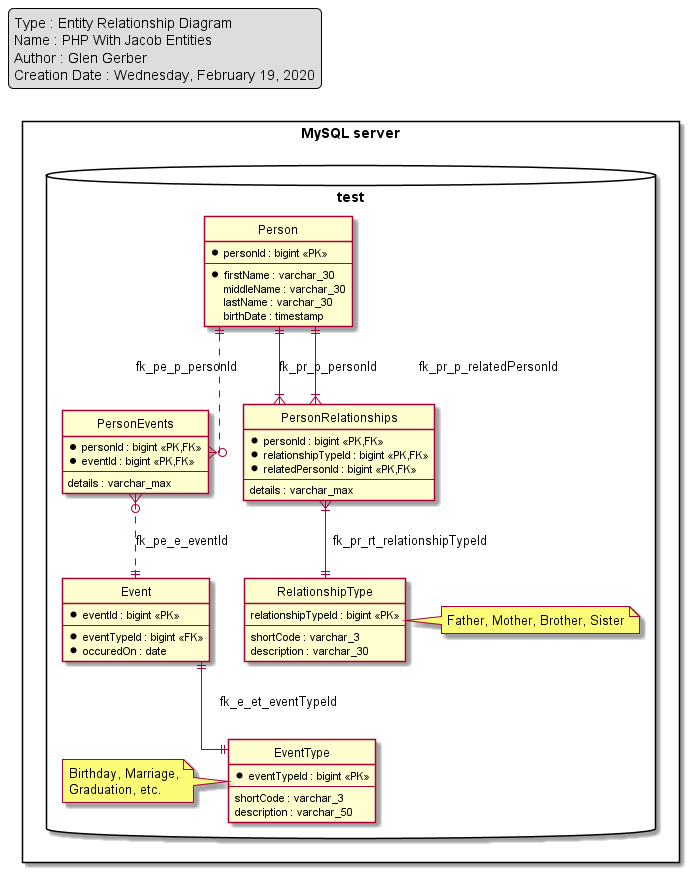
Before: docs/img/application.erd.png, a diagram exported from PlantUML (gerbil1008/php-with-jacob).
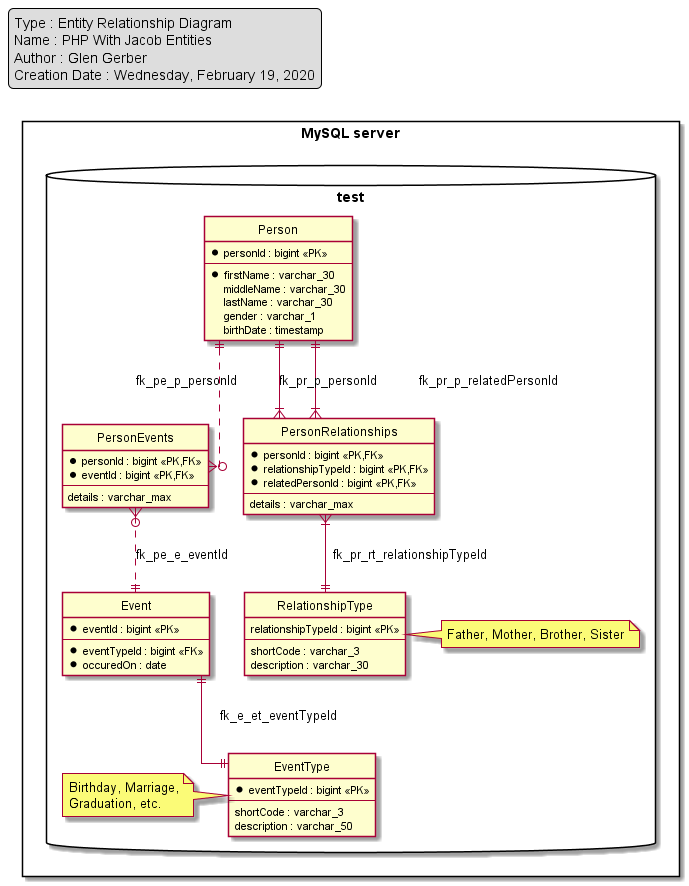
Later version of the same file.

Diff of the diagram source:
```diff
@@ -21,6 +21,7 @@
 		*firstName : varchar_30
 		middleName : varchar_30
 		lastName : varchar_30
+		gender : varchar_1
 		birthDate : timestamp
 	}
 	entity Event {
```
